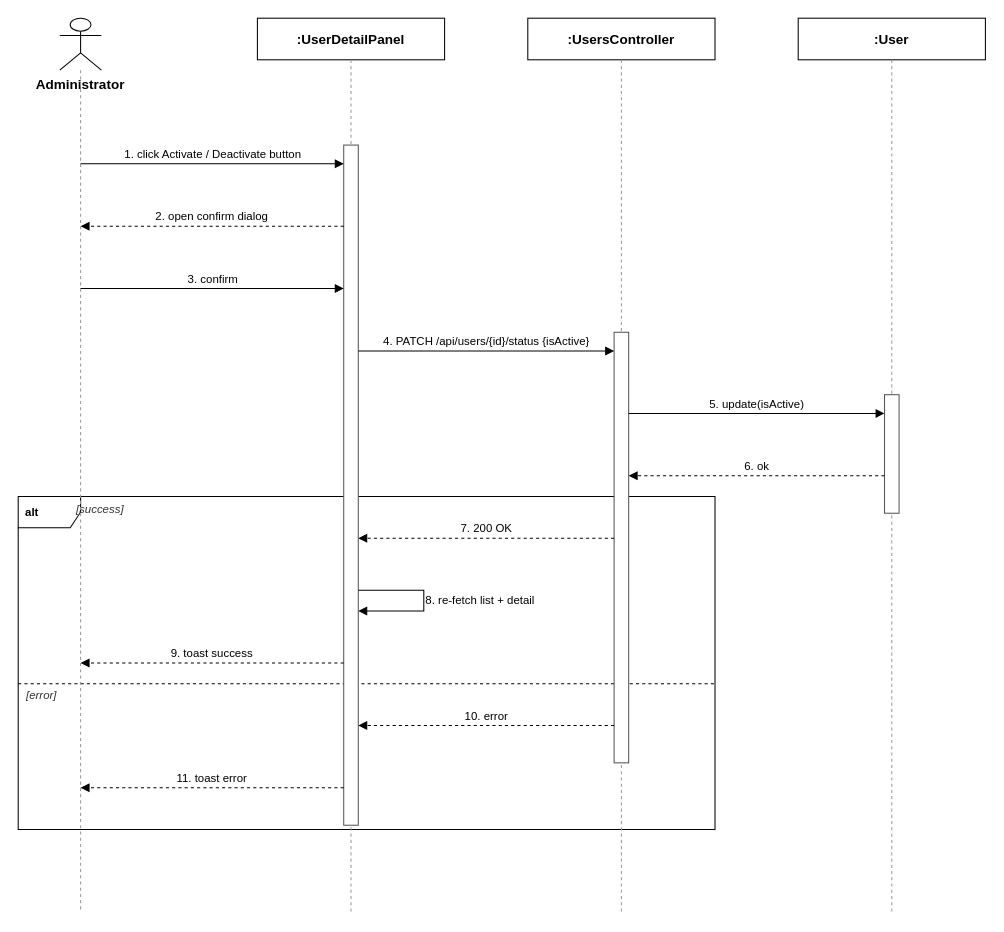
tulklk/AI_Interview_Question_Generation_RAG_LLM_FE keeps this draw.io diagram as docs/qa/Hien_SequenceDiagram/3.3.4_Suspend-Activate_Account.drawio. Above is the earlier version. Source tidied: cells renumbered, new cells numbered last; positions are measured from the earlier drawing's top-left corner, leaving out a move shared by most shapes. Both pictures are drawn from the tidied source at 104%, with x=0, y=0 at pixel (18, 18).
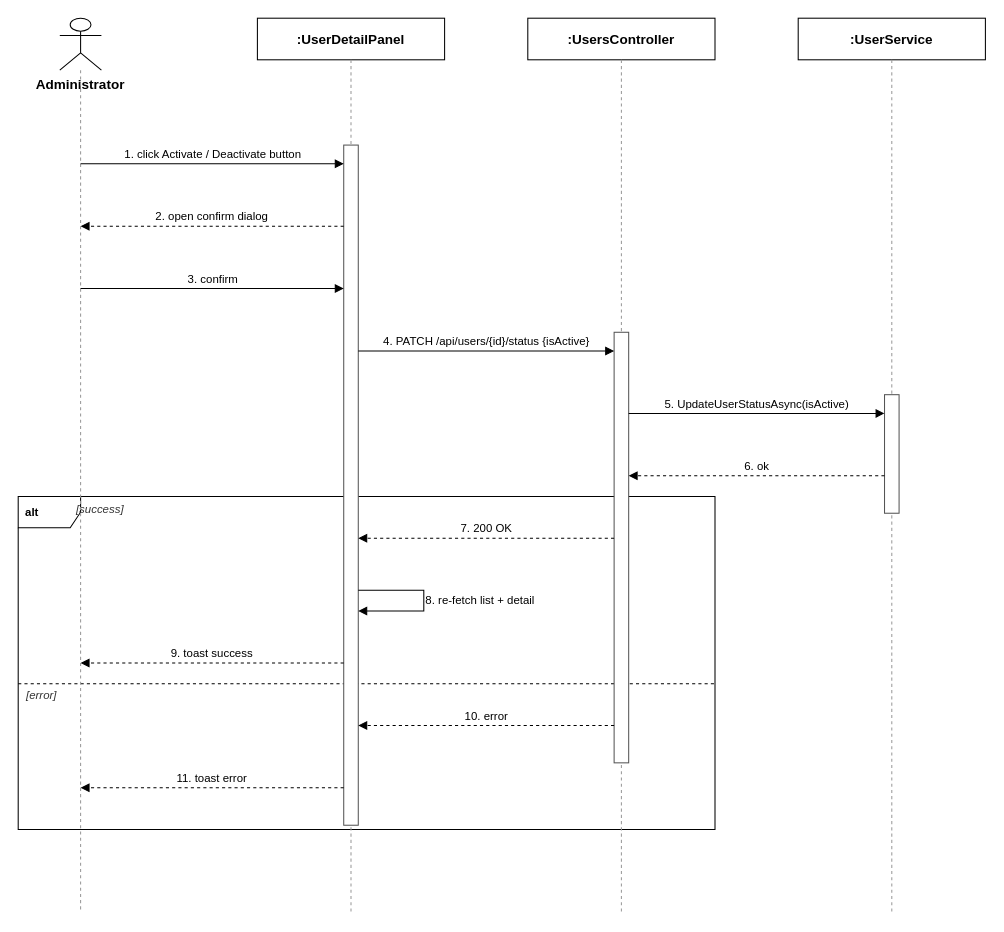
The same page after the edit.

Commit message (it also covers changes not shown here):
docs(qa): correct Profile, Admin User, and Company Management diagrams against real BE

Change to the diagram source:
```diff
@@
-    <mxCell id="12" value=":User" style="rounded=0;whiteSpace=wrap;html=1;fontSize=13;fillColor=#ffffff;strokeColor=#000000;fontStyle=1;" parent="1" vertex="1">
+    <mxCell id="12" value=":UserService" style="rounded=0;whiteSpace=wrap;html=1;fontSize=13;fillColor=#ffffff;strokeColor=#000000;fontStyle=1;" parent="1" vertex="1">
       <mxGeometry x="750" width="180" height="40" as="geometry" />
     </mxCell>
@@
-    <mxCell id="21" value="5. update(isActive)" style="endArrow=block;endFill=1;html=1;fontSize=11;align=center;verticalAlign=bottom;labelBackgroundColor=#ffffff;strokeColor=#000000;" parent="1" edge="1">
+    <mxCell id="21" value="5. UpdateUserStatusAsync(isActive)" style="endArrow=block;endFill=1;html=1;fontSize=11;align=center;verticalAlign=bottom;labelBackgroundColor=#ffffff;strokeColor=#000000;" parent="1" edge="1">
       <mxGeometry relative="1" as="geometry">
         <mxPoint x="587" y="380" as="sourcePoint" />
         <mxPoint x="833" y="380" as="targetPoint" />
       </mxGeometry>
     </mxCell>
```
